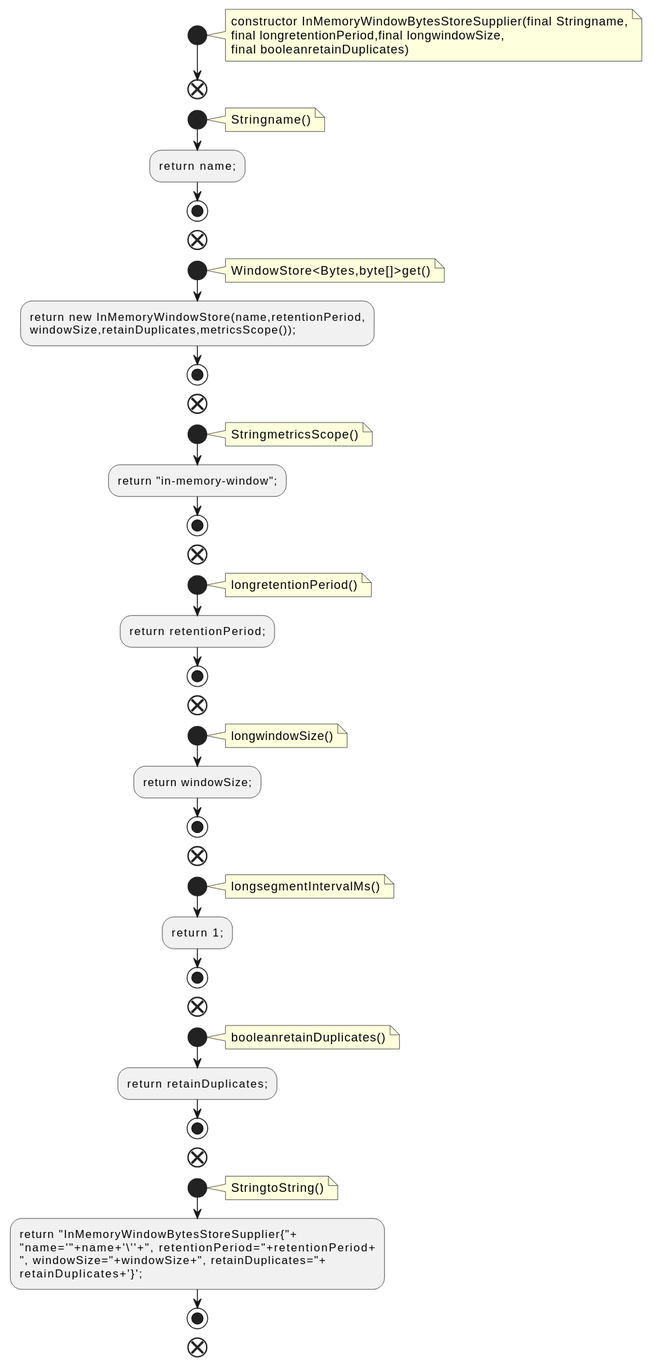
This is docs/qc/streams/src/main/java/org/apache/kafka/streams/state/internals/InMemoryWindowBytesStoreSupplier.java.fct.svg from qualitesys/kafka, a PlantUML export, as it was before one commit.
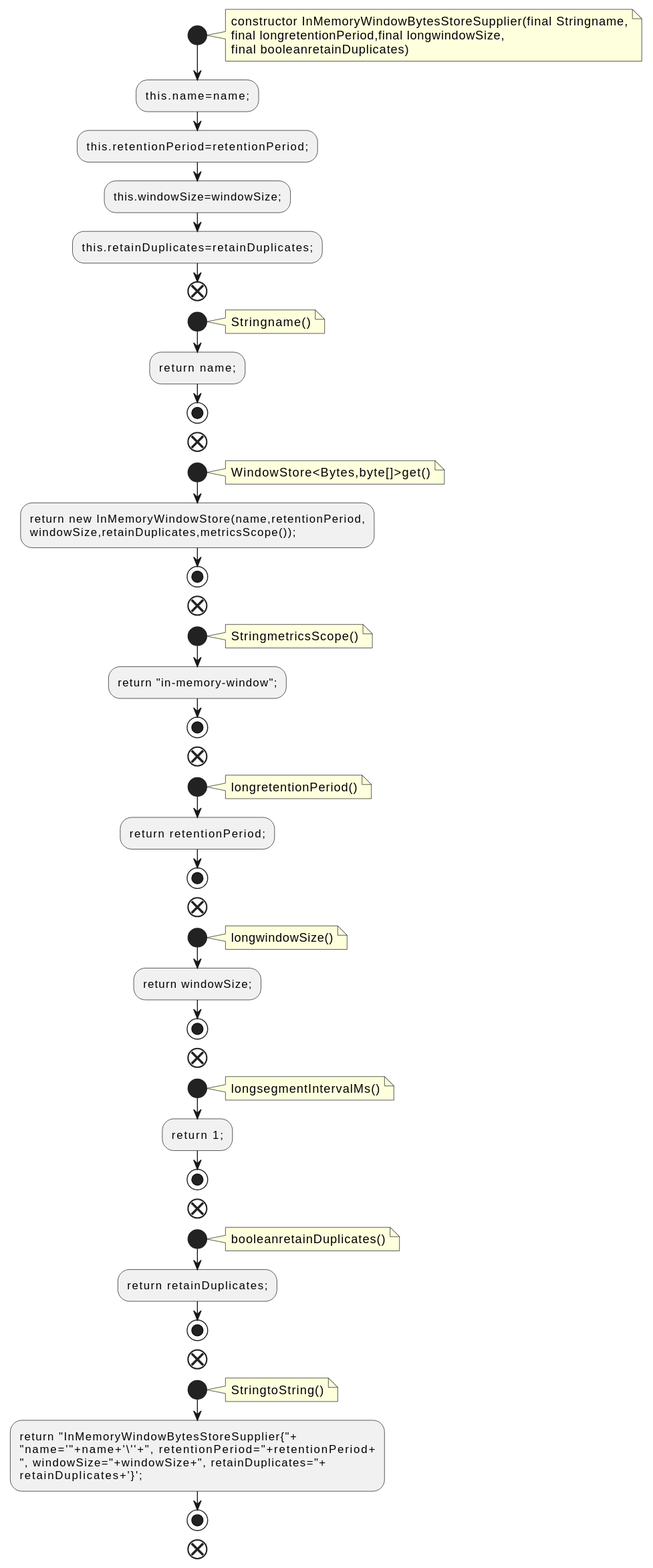
After the commit.

Change to the diagram source:
```diff
@@ -6,6 +6,10 @@
 final longretentionPeriod,final longwindowSize,
 final booleanretainDuplicates)
 end note
+:this.name=name;;
+:this.retentionPeriod=retentionPeriod;;
+:this.windowSize=windowSize;;
+:this.retainDuplicates=retainDuplicates;;
 end
 start
 note right
```
